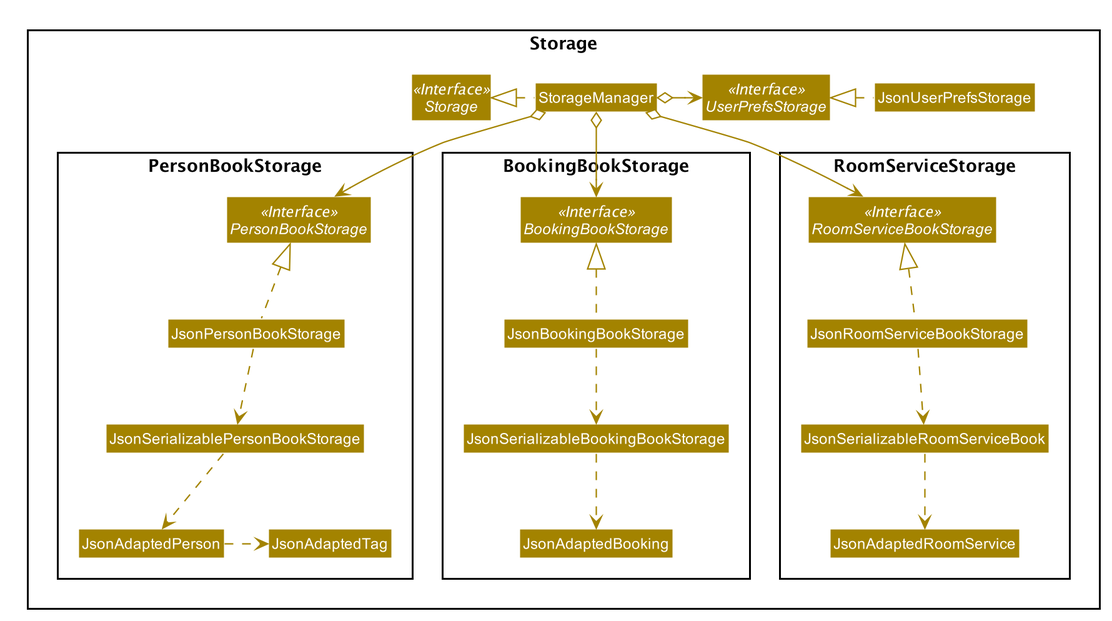
The PlantUML diagram docs/images/StorageClassDiagram.png in zeling595/tp, before a commit.
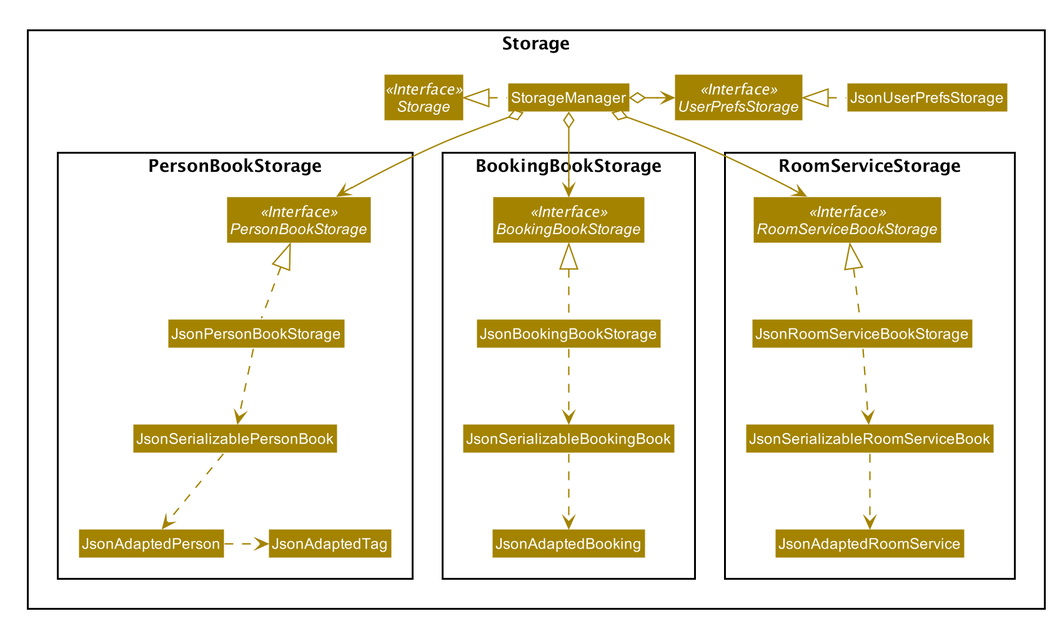
Above is the later version.

Diff of the diagram source:
```diff
@@ -61,7 +61,7 @@
 Package PersonBookStorage {
 Interface PersonBookStorage <<Interface>>
 Class JsonPersonBookStorage
-Class JsonSerializablePersonBookStorage
+Class JsonSerializablePersonBook
 Class JsonAdaptedPerson
 Class JsonAdaptedTag
 }
@@ -69,7 +69,7 @@
 Package BookingBookStorage {
 Interface BookingBookStorage <<Interface>>
 Class JsonBookingBookStorage
-Class JsonSerializableBookingBookStorage
+Class JsonSerializableBookingBook
 Class JsonAdaptedBooking
 }
 
@@ -90,13 +90,13 @@
 JsonUserPrefsStorage .left.|> UserPrefsStorage
 
 JsonPersonBookStorage .up.|> PersonBookStorage
-JsonPersonBookStorage .down.> JsonSerializablePersonBookStorage
-JsonSerializablePersonBookStorage .down.> JsonAdaptedPerson
+JsonPersonBookStorage .down.> JsonSerializablePersonBook
+JsonSerializablePersonBook .down.> JsonAdaptedPerson
 JsonAdaptedPerson .right.> JsonAdaptedTag
 
 JsonBookingBookStorage .up.|> BookingBookStorage
-JsonBookingBookStorage .down.> JsonSerializableBookingBookStorage
-JsonSerializableBookingBookStorage .down.> JsonAdaptedBooking
+JsonBookingBookStorage .down.> JsonSerializableBookingBook
+JsonSerializableBookingBook .down.> JsonAdaptedBooking
 
 JsonRoomServiceBookStorage .up.|> RoomServiceBookStorage
 JsonRoomServiceBookStorage .down.> JsonSerializableRoomServiceBook
```
